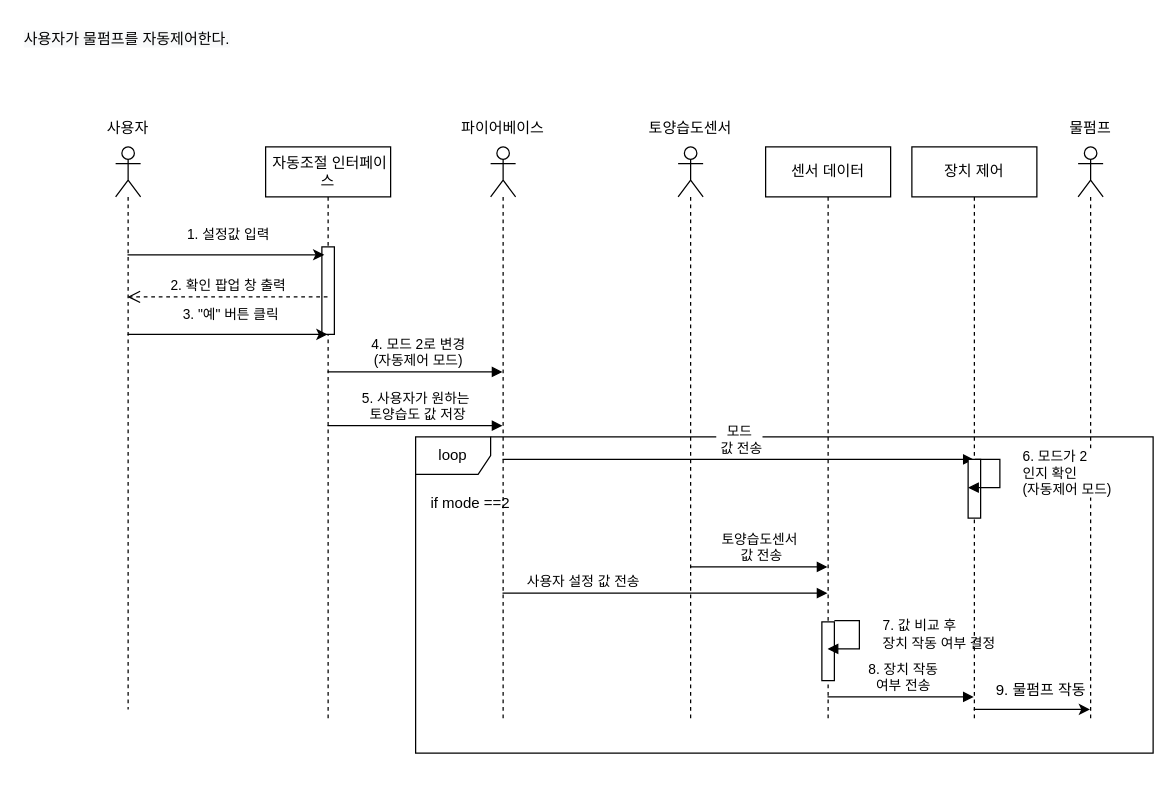
This is 과제/5주차/시퀀스 다이어그램/auto_sqd.drawio from sonmyungwon/Software-Development, a draw.io file, before an edit. Source tidied: cells renumbered, new cells numbered last; positions are measured from the earlier drawing's top-left corner, leaving out a move shared by most shapes. Both pictures are drawn from the tidied source at 125%, with x=0, y=0 at pixel (21, 21).
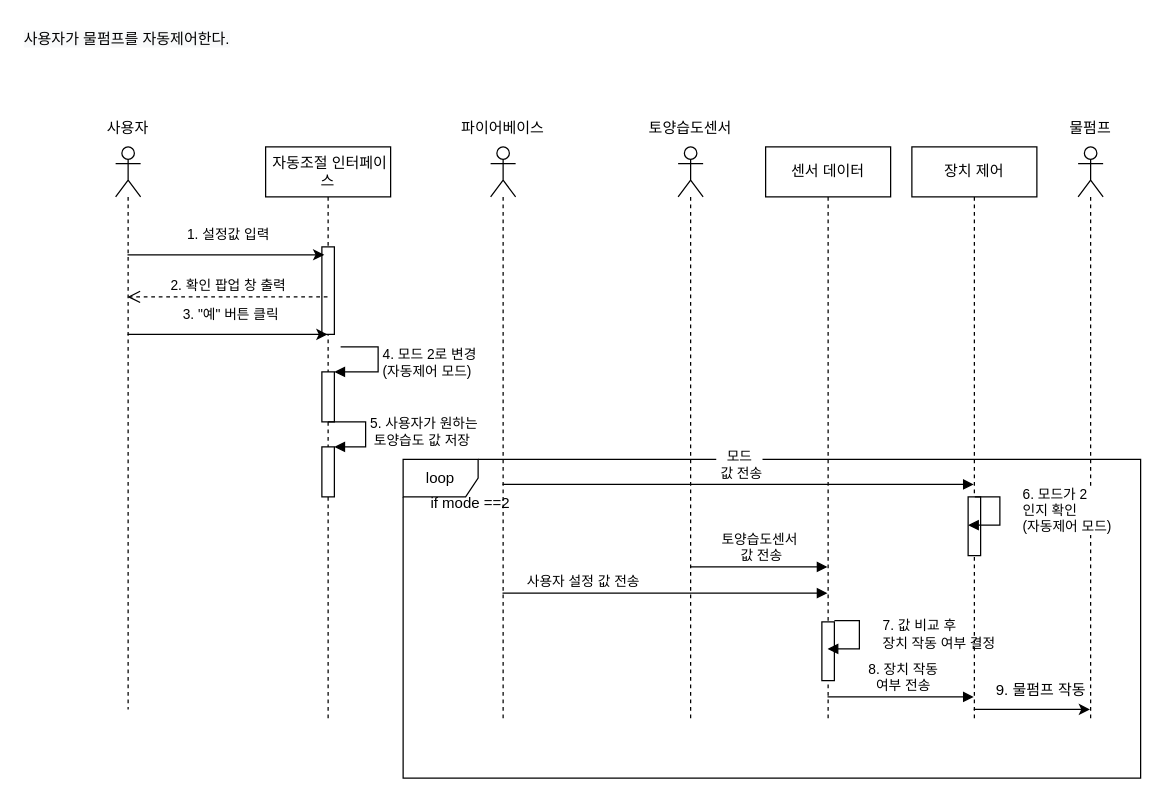
The same page after the edit.

Unchanged cells that the change refers to:
```xml
<mxCell id="4" value="&amp;nbsp;자동조절 인터페이스" style="shape=umlLifeline;perimeter=lifelinePerimeter;whiteSpace=wrap;html=1;outlineConnect=0;" parent="1" vertex="1">
  <mxGeometry x="195" y="100" width="100" height="460" as="geometry" />
</mxCell>
<mxCell id="13" style="shape=umlLifeline;participant=umlActor;perimeter=lifelinePerimeter;whiteSpace=wrap;html=1;verticalAlign=top;spacingTop=36;outlineConnect=0;" parent="1" vertex="1">
  <mxGeometry x="375" y="100" width="20" height="460" as="geometry" />
</mxCell>
<mxCell id="28" value="장치 제어" style="shape=umlLifeline;perimeter=lifelinePerimeter;whiteSpace=wrap;html=1;outlineConnect=0;" parent="1" vertex="1">
  <mxGeometry x="712" y="100" width="100" height="460" as="geometry" />
</mxCell>
```

Change to the diagram source:
```diff
@@
     <mxCell id="3" value="loop" style="shape=umlFrame;whiteSpace=wrap;html=1;" parent="1" vertex="1">
-      <mxGeometry x="315" y="332" width="590" height="253" as="geometry" />
+      <mxGeometry x="305" y="350" width="590" height="255" as="geometry" />
     </mxCell>
@@
+    <mxCell id="32" style="html=1;points=[];perimeter=orthogonalPerimeter;" parent="4" vertex="1">
+      <mxGeometry x="45" y="180" width="10" height="40" as="geometry" />
+    </mxCell>
+    <mxCell id="24" value="&lt;span style=&quot;text-align: center;&quot;&gt;4. 모드 2로 변경&lt;/span&gt;&lt;br style=&quot;background-color: rgb(248, 249, 250); text-align: center;&quot;&gt;&lt;span style=&quot;text-align: center;&quot;&gt;(자동제어 모드)&lt;/span&gt;" style="edgeStyle=orthogonalEdgeStyle;html=1;align=left;spacingLeft=2;endArrow=block;rounded=0;entryX=1;entryY=0;" parent="4" edge="1" target="32">
+      <mxGeometry relative="1" as="geometry">
+        <mxPoint x="60" y="160" as="sourcePoint" />
+        <Array as="points">
+          <mxPoint x="90" y="160" />
+        </Array>
+      </mxGeometry>
+    </mxCell>
+    <mxCell id="33" style="html=1;points=[];perimeter=orthogonalPerimeter;" parent="4" vertex="1">
+      <mxGeometry x="45" y="240" width="10" height="40" as="geometry" />
+    </mxCell>
+    <mxCell id="9" value="&lt;span style=&quot;text-align: center;&quot;&gt;5. 사용자가 원하는&lt;/span&gt;&lt;br style=&quot;text-align: center;&quot;&gt;&lt;span style=&quot;text-align: center;&quot;&gt;&amp;nbsp;토양습도 값 저장&lt;/span&gt;" style="edgeStyle=orthogonalEdgeStyle;html=1;align=left;spacingLeft=2;endArrow=block;rounded=0;entryX=1;entryY=0;" parent="4" edge="1" target="33">
+      <mxGeometry relative="1" as="geometry">
+        <mxPoint x="50" y="220" as="sourcePoint" />
+        <Array as="points">
+          <mxPoint x="80" y="220" />
+        </Array>
+      </mxGeometry>
+    </mxCell>
@@
-    <mxCell id="9" value="5. 사용자가 원하는&lt;br&gt;&amp;nbsp;토양습도 값 저장" style="html=1;verticalAlign=bottom;endArrow=block;rounded=0;" parent="1" edge="1">
-      <mxGeometry relative="1" as="geometry">
-        <mxPoint x="244.5" y="323" as="sourcePoint" />
-        <mxPoint x="384.5" y="323" as="targetPoint" />
-        <Array as="points">
-          <mxPoint x="335" y="323" />
-        </Array>
-      </mxGeometry>
-    </mxCell>
@@
-    <mxCell id="24" value="4. 모드 2로 변경&lt;br&gt;(자동제어 모드)" style="html=1;verticalAlign=bottom;endArrow=block;rounded=0;" parent="1" edge="1" source="4" target="13">
-      <mxGeometry x="0.01" relative="1" as="geometry">
-        <Array as="points">
-          <mxPoint x="335" y="280" />
-        </Array>
-        <mxPoint x="1" as="offset" />
-      </mxGeometry>
-    </mxCell>
@@
     <mxCell id="27" value="모드&lt;br&gt;&amp;nbsp;값 전송" style="html=1;verticalAlign=bottom;endArrow=block;rounded=0;" parent="1" edge="1" source="13" target="28">
       <mxGeometry relative="1" as="geometry">
         <Array as="points">
-          <mxPoint x="555" y="350" />
+          <mxPoint x="555" y="370" />
         </Array>
       </mxGeometry>
     </mxCell>
@@
     <mxCell id="29" style="html=1;perimeter=orthogonalPerimeter;" parent="28" vertex="1">
-      <mxGeometry x="45" y="250" width="10" height="47" as="geometry" />
+      <mxGeometry x="45" y="280" width="10" height="47" as="geometry" />
     </mxCell>
     <mxCell id="30" value="6. 모드가 2&lt;br&gt;인지 확인&lt;br&gt;(자동제어 모드)&lt;br&gt;" style="edgeStyle=orthogonalEdgeStyle;html=1;align=left;spacingLeft=2;endArrow=block;rounded=0;entryX=0.96;entryY=1.022;entryDx=0;entryDy=0;entryPerimeter=0;" parent="28" edge="1">
       <mxGeometry x="-0.09" y="15" relative="1" as="geometry">
-        <mxPoint x="50.4" y="250" as="sourcePoint" />
-        <mxPoint x="45" y="272.6" as="targetPoint" />
+        <mxPoint x="50.4" y="280" as="sourcePoint" />
+        <mxPoint x="45" y="302.6" as="targetPoint" />
         <Array as="points">
-          <mxPoint x="50.4" y="250" />
-          <mxPoint x="70.4" y="250" />
-          <mxPoint x="70.4" y="273" />
+          <mxPoint x="50.4" y="280" />
+          <mxPoint x="70.4" y="280" />
+          <mxPoint x="70.4" y="303" />
         </Array>
       </mxGeometry>
     </mxCell>
```
